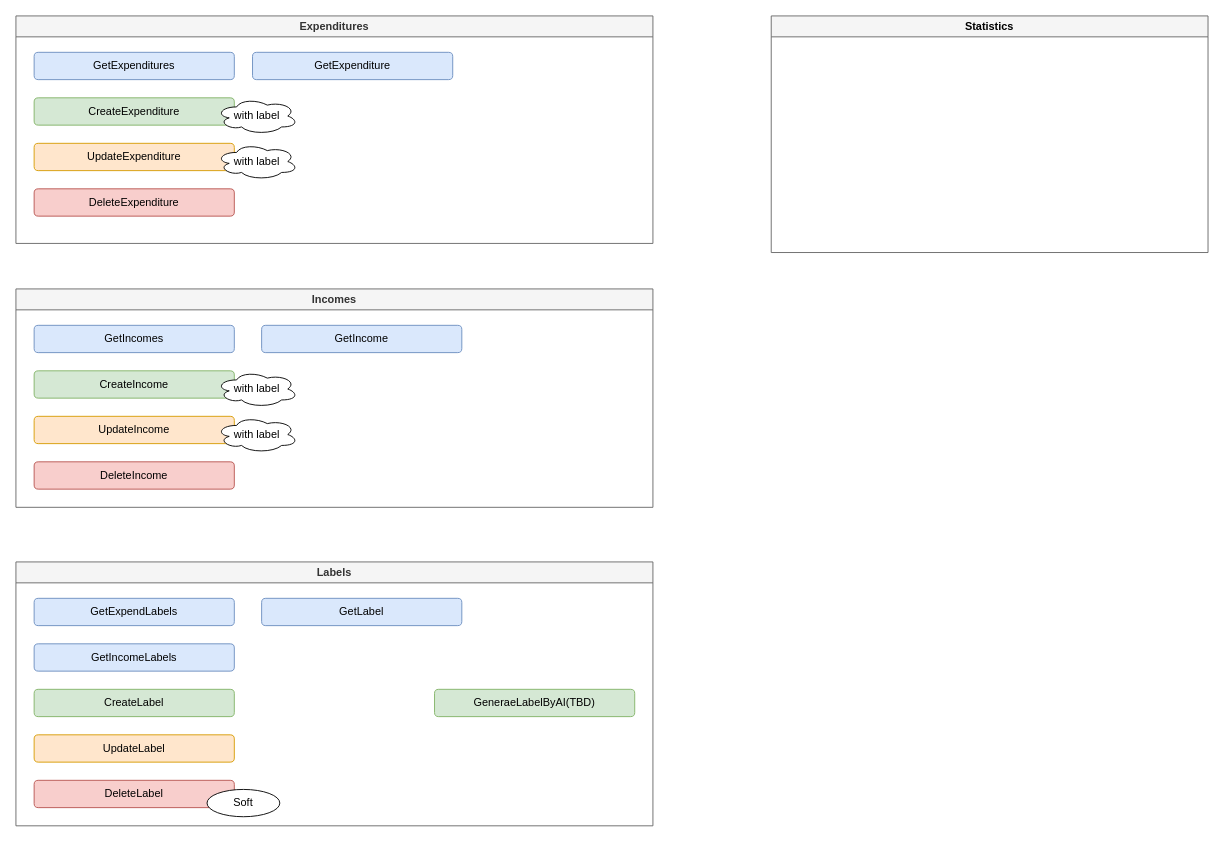
The draw.io diagram page "Endpoints" (5 of 5) of MyBookKeeper.drawio in TanaChu0409/book-keeper, before the edit. Source tidied: cells renumbered, new cells numbered last; positions are measured from the earlier drawing's top-left corner, leaving out a move shared by most shapes. Both pictures are drawn from the tidied source at 91%, with x=0, y=0 at pixel (15, 15).
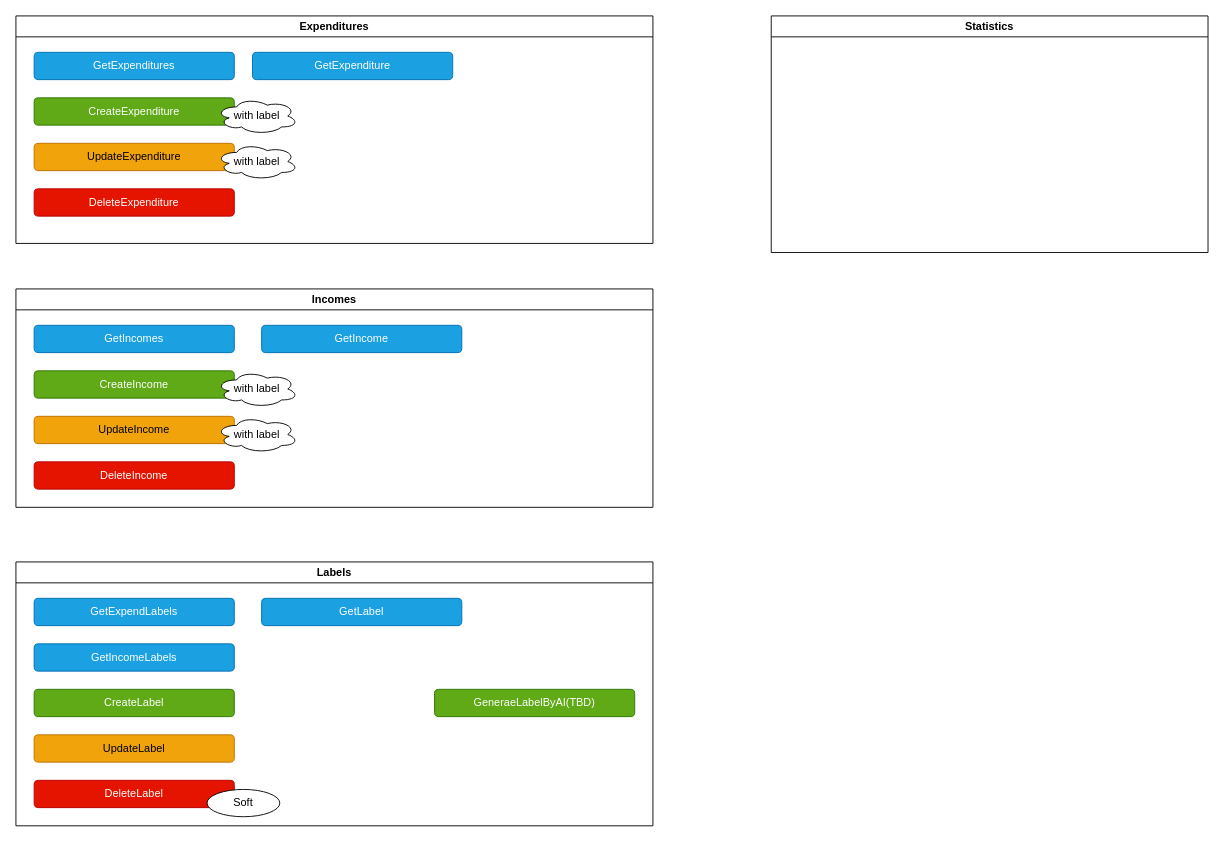
The same diagram, later.

Commit message (it also covers changes not shown here):
Add endpoints for income and expenditure labels

Introduced GetExpenditureLabels and GetIncomeLabels endpoints to support paginated retrieval of labels for expenditures and incomes. Updated drawio diagram to reflect new endpoints and standardized color schemes for endpoint visualization.

Change to the diagram source:
```diff
@@
-    <mxCell id="2" value="&lt;span style=&quot;text-wrap-mode: nowrap;&quot;&gt;Expenditures&lt;/span&gt;" style="swimlane;whiteSpace=wrap;html=1;fillColor=#f5f5f5;strokeColor=#666666;fontColor=#333333;glass=0;" parent="1" vertex="1">
+    <mxCell id="2" value="&lt;span style=&quot;text-wrap-mode: nowrap;&quot;&gt;Expenditures&lt;/span&gt;" style="swimlane;whiteSpace=wrap;html=1;glass=0;" parent="1" vertex="1">
       <mxGeometry width="700" height="250" as="geometry" />
     </mxCell>
-    <mxCell id="3" value="CreateExpenditure" style="rounded=1;whiteSpace=wrap;html=1;fillColor=#d5e8d4;strokeColor=#82b366;glass=0;" parent="2" vertex="1">
+    <mxCell id="3" value="CreateExpenditure" style="rounded=1;whiteSpace=wrap;html=1;fillColor=#60a917;strokeColor=#2D7600;glass=0;fontColor=#ffffff;" parent="2" vertex="1">
       <mxGeometry x="20" y="90" width="220" height="30" as="geometry" />
     </mxCell>
-    <mxCell id="4" value="GetExpenditures" style="rounded=1;whiteSpace=wrap;html=1;fillColor=#dae8fc;strokeColor=#6c8ebf;glass=0;" parent="2" vertex="1">
+    <mxCell id="4" value="GetExpenditures" style="rounded=1;whiteSpace=wrap;html=1;fillColor=#1ba1e2;strokeColor=#006EAF;glass=0;fontColor=#ffffff;" parent="2" vertex="1">
       <mxGeometry x="20" y="40" width="220" height="30" as="geometry" />
     </mxCell>
-    <mxCell id="5" value="UpdateExpenditure" style="rounded=1;whiteSpace=wrap;html=1;fillColor=#ffe6cc;strokeColor=#d79b00;glass=0;" parent="2" vertex="1">
+    <mxCell id="5" value="UpdateExpenditure" style="rounded=1;whiteSpace=wrap;html=1;fillColor=#f0a30a;strokeColor=#BD7000;glass=0;fontColor=#000000;" parent="2" vertex="1">
       <mxGeometry x="20" y="140" width="220" height="30" as="geometry" />
     </mxCell>
-    <mxCell id="6" value="DeleteExpenditure" style="rounded=1;whiteSpace=wrap;html=1;fillColor=#f8cecc;strokeColor=#b85450;glass=0;" parent="2" vertex="1">
+    <mxCell id="6" value="DeleteExpenditure" style="rounded=1;whiteSpace=wrap;html=1;fillColor=#e51400;strokeColor=#B20000;glass=0;fontColor=#ffffff;" parent="2" vertex="1">
       <mxGeometry x="20" y="190" width="220" height="30" as="geometry" />
     </mxCell>
@@
-    <mxCell id="9" value="GetExpenditure" style="rounded=1;whiteSpace=wrap;html=1;fillColor=#dae8fc;strokeColor=#6c8ebf;glass=0;" parent="2" vertex="1">
+    <mxCell id="9" value="GetExpenditure" style="rounded=1;whiteSpace=wrap;html=1;fillColor=#1ba1e2;strokeColor=#006EAF;glass=0;fontColor=#ffffff;" parent="2" vertex="1">
       <mxGeometry x="260" y="40" width="220" height="30" as="geometry" />
     </mxCell>
-    <mxCell id="10" value="&lt;span style=&quot;text-wrap-mode: nowrap;&quot;&gt;Incomes&lt;/span&gt;" style="swimlane;whiteSpace=wrap;html=1;fillColor=#f5f5f5;strokeColor=#666666;fontColor=#333333;glass=0;" parent="1" vertex="1">
+    <mxCell id="10" value="&lt;span style=&quot;text-wrap-mode: nowrap;&quot;&gt;Incomes&lt;/span&gt;" style="swimlane;whiteSpace=wrap;html=1;glass=0;" parent="1" vertex="1">
       <mxGeometry y="300" width="700" height="240" as="geometry" />
     </mxCell>
-    <mxCell id="11" value="CreateIncome" style="rounded=1;whiteSpace=wrap;html=1;fillColor=#d5e8d4;strokeColor=#82b366;glass=0;" parent="10" vertex="1">
+    <mxCell id="11" value="CreateIncome" style="rounded=1;whiteSpace=wrap;html=1;glass=0;fillColor=#60a917;fontColor=#ffffff;strokeColor=#2D7600;" parent="10" vertex="1">
       <mxGeometry x="20" y="90" width="220" height="30" as="geometry" />
     </mxCell>
-    <mxCell id="12" value="GetIncomes" style="rounded=1;whiteSpace=wrap;html=1;fillColor=#dae8fc;strokeColor=#6c8ebf;glass=0;" parent="10" vertex="1">
+    <mxCell id="12" value="GetIncomes" style="rounded=1;whiteSpace=wrap;html=1;glass=0;fillColor=#1ba1e2;fontColor=#ffffff;strokeColor=#006EAF;" parent="10" vertex="1">
       <mxGeometry x="20" y="40" width="220" height="30" as="geometry" />
     </mxCell>
-    <mxCell id="13" value="UpdateIncome" style="rounded=1;whiteSpace=wrap;html=1;fillColor=#ffe6cc;strokeColor=#d79b00;glass=0;" parent="10" vertex="1">
+    <mxCell id="13" value="UpdateIncome" style="rounded=1;whiteSpace=wrap;html=1;glass=0;fillColor=#f0a30a;fontColor=#000000;strokeColor=#BD7000;" parent="10" vertex="1">
       <mxGeometry x="20" y="140" width="220" height="30" as="geometry" />
     </mxCell>
-    <mxCell id="14" value="DeleteIncome" style="rounded=1;whiteSpace=wrap;html=1;fillColor=#f8cecc;strokeColor=#b85450;glass=0;" parent="10" vertex="1">
+    <mxCell id="14" value="DeleteIncome" style="rounded=1;whiteSpace=wrap;html=1;glass=0;fillColor=#e51400;fontColor=#ffffff;strokeColor=#B20000;" parent="10" vertex="1">
       <mxGeometry x="20" y="190" width="220" height="30" as="geometry" />
     </mxCell>
@@
-    <mxCell id="17" value="GetIncome" style="rounded=1;whiteSpace=wrap;html=1;fillColor=#dae8fc;strokeColor=#6c8ebf;glass=0;" parent="10" vertex="1">
+    <mxCell id="17" value="GetIncome" style="rounded=1;whiteSpace=wrap;html=1;glass=0;fillColor=#1ba1e2;fontColor=#ffffff;strokeColor=#006EAF;" parent="10" vertex="1">
       <mxGeometry x="270" y="40" width="220" height="30" as="geometry" />
     </mxCell>
-    <mxCell id="18" value="&lt;span style=&quot;text-wrap-mode: nowrap;&quot;&gt;Labels&lt;/span&gt;" style="swimlane;whiteSpace=wrap;html=1;fillColor=#f5f5f5;strokeColor=#666666;fontColor=#333333;glass=0;" parent="1" vertex="1">
+    <mxCell id="18" value="&lt;span style=&quot;text-wrap-mode: nowrap;&quot;&gt;Labels&lt;/span&gt;" style="swimlane;whiteSpace=wrap;html=1;glass=0;" parent="1" vertex="1">
       <mxGeometry y="600" width="700" height="290" as="geometry" />
     </mxCell>
-    <mxCell id="19" value="CreateLabel" style="rounded=1;whiteSpace=wrap;html=1;fillColor=#d5e8d4;strokeColor=#82b366;glass=0;" parent="18" vertex="1">
+    <mxCell id="19" value="CreateLabel" style="rounded=1;whiteSpace=wrap;html=1;glass=0;fillColor=#60a917;fontColor=#ffffff;strokeColor=#2D7600;" parent="18" vertex="1">
       <mxGeometry x="20" y="140" width="220" height="30" as="geometry" />
     </mxCell>
-    <mxCell id="20" value="GetExpendLabels" style="rounded=1;whiteSpace=wrap;html=1;fillColor=#dae8fc;strokeColor=#6c8ebf;glass=0;" parent="18" vertex="1">
+    <mxCell id="20" value="GetExpendLabels" style="rounded=1;whiteSpace=wrap;html=1;glass=0;fillColor=#1ba1e2;strokeColor=#006EAF;fontColor=#ffffff;" parent="18" vertex="1">
       <mxGeometry x="20" y="40" width="220" height="30" as="geometry" />
     </mxCell>
-    <mxCell id="21" value="UpdateLabel" style="rounded=1;whiteSpace=wrap;html=1;fillColor=#ffe6cc;strokeColor=#d79b00;glass=0;" parent="18" vertex="1">
+    <mxCell id="21" value="UpdateLabel" style="rounded=1;whiteSpace=wrap;html=1;glass=0;fillColor=#f0a30a;fontColor=#000000;strokeColor=#BD7000;" parent="18" vertex="1">
       <mxGeometry x="20" y="190" width="220" height="30" as="geometry" />
     </mxCell>
-    <mxCell id="22" value="DeleteLabel" style="rounded=1;whiteSpace=wrap;html=1;fillColor=#f8cecc;strokeColor=#b85450;glass=0;" parent="18" vertex="1">
+    <mxCell id="22" value="DeleteLabel" style="rounded=1;whiteSpace=wrap;html=1;glass=0;fillColor=#e51400;fontColor=#ffffff;strokeColor=#B20000;" parent="18" vertex="1">
       <mxGeometry x="20" y="240" width="220" height="30" as="geometry" />
     </mxCell>
-    <mxCell id="23" value="GetIncomeLabels" style="rounded=1;whiteSpace=wrap;html=1;fillColor=#dae8fc;strokeColor=#6c8ebf;glass=0;" parent="18" vertex="1">
+    <mxCell id="23" value="GetIncomeLabels" style="rounded=1;whiteSpace=wrap;html=1;glass=0;fillColor=#1ba1e2;strokeColor=#006EAF;fontColor=#ffffff;" parent="18" vertex="1">
       <mxGeometry x="20" y="90" width="220" height="30" as="geometry" />
     </mxCell>
@@
-    <mxCell id="25" value="GeneraeLabelByAI(TBD)" style="rounded=1;whiteSpace=wrap;html=1;fillColor=#d5e8d4;strokeColor=#82b366;glass=0;" parent="18" vertex="1">
+    <mxCell id="25" value="GeneraeLabelByAI(TBD)" style="rounded=1;whiteSpace=wrap;html=1;glass=0;fillColor=#60a917;fontColor=#ffffff;strokeColor=#2D7600;" parent="18" vertex="1">
       <mxGeometry x="460" y="140" width="220" height="30" as="geometry" />
     </mxCell>
-    <mxCell id="26" value="GetLabel" style="rounded=1;whiteSpace=wrap;html=1;fillColor=#dae8fc;strokeColor=#6c8ebf;glass=0;" parent="18" vertex="1">
+    <mxCell id="26" value="GetLabel" style="rounded=1;whiteSpace=wrap;html=1;glass=0;fillColor=#1ba1e2;strokeColor=#006EAF;fontColor=#ffffff;" parent="18" vertex="1">
       <mxGeometry x="270" y="40" width="220" height="30" as="geometry" />
     </mxCell>
-    <mxCell id="27" value="&lt;span style=&quot;color: rgb(0, 0, 0); text-wrap-mode: nowrap;&quot;&gt;Statistics&lt;/span&gt;" style="swimlane;whiteSpace=wrap;html=1;fillColor=#f5f5f5;strokeColor=#666666;fontColor=#333333;glass=0;" parent="1" vertex="1">
+    <mxCell id="27" value="&lt;span style=&quot;text-wrap-mode: nowrap;&quot;&gt;Statistics&lt;/span&gt;" style="swimlane;whiteSpace=wrap;html=1;glass=0;" parent="1" vertex="1">
       <mxGeometry x="830" width="480" height="260" as="geometry" />
     </mxCell>
```
